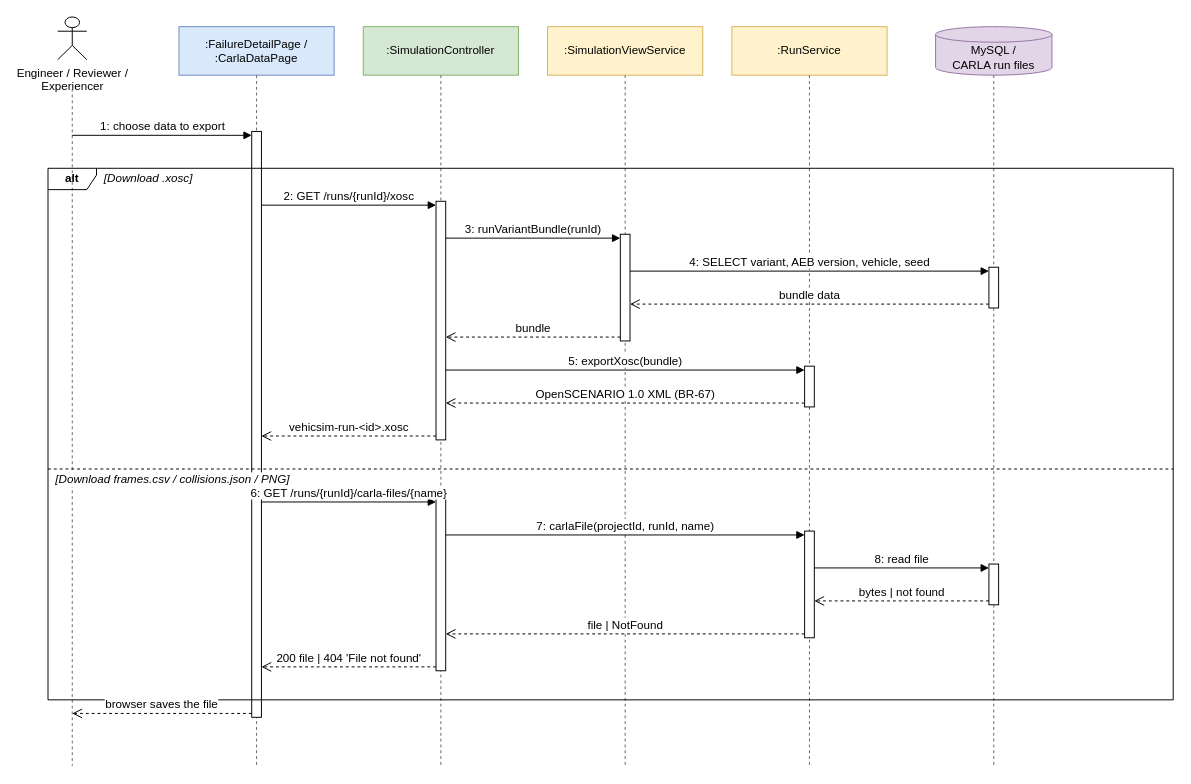
Before: docs/report/diagrams/fe09-11/fe09-export-simulation-data.drawio in Menakanchi/SEP490-FA26-G15, a draw.io diagram. Source tidied: cells renumbered, new cells numbered last; positions are measured from the earlier drawing's top-left corner, leaving out a move shared by most shapes. Both pictures are drawn from the tidied source at 97%, with x=0, y=0 at pixel (48, 16).
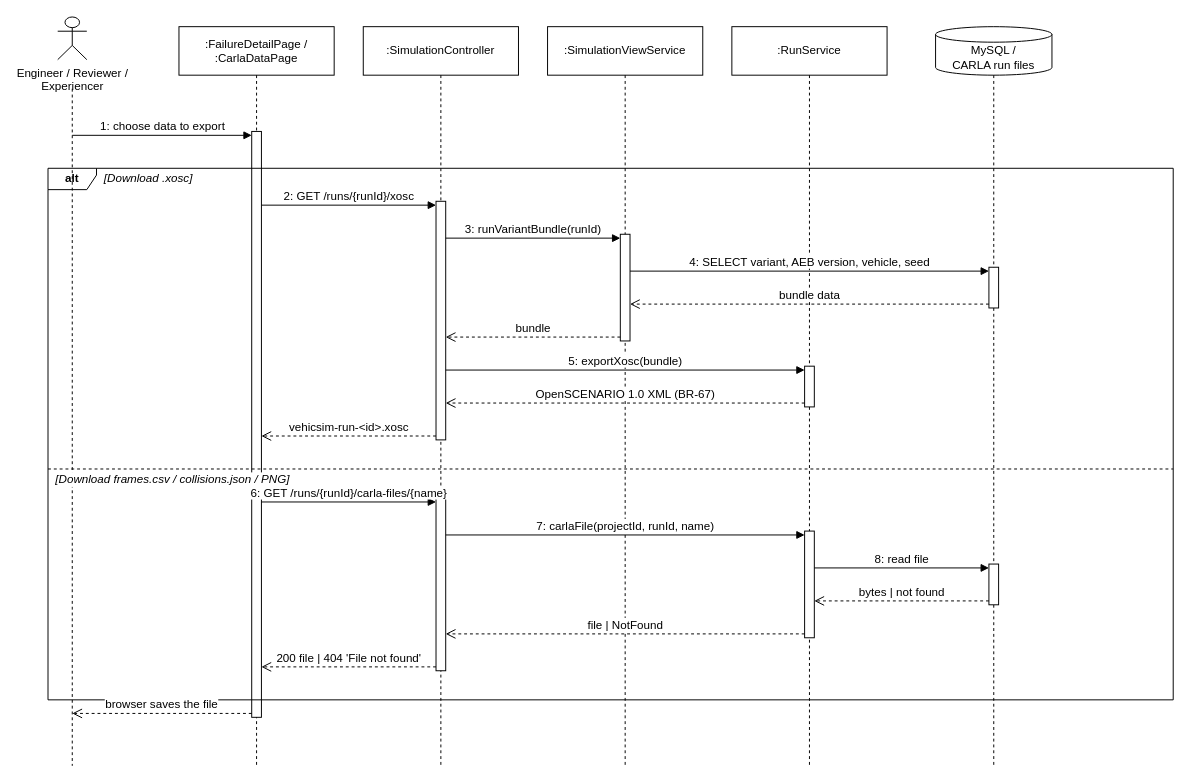
Above is the later version.

Diff of the diagram source:
```diff
@@
-    <mxCell id="3" style="endArrow=none;dashed=1;html=1;strokeColor=#666666;" parent="1" edge="1">
+    <mxCell id="3" style="endArrow=none;dashed=1;html=1;strokeColor=#000000;" parent="1" edge="1">
       <mxGeometry relative="1" as="geometry">
         <mxPoint x="25" y="74" as="sourcePoint" />
         <mxPoint x="25" y="772" as="targetPoint" />
       </mxGeometry>
     </mxCell>
-    <mxCell id="4" value=":FailureDetailPage /&lt;br&gt;:CarlaDataPage" style="fontFamily=Helvetica;fontSize=12;rounded=0;whiteSpace=wrap;html=1;fillColor=#dae8fc;strokeColor=#6c8ebf;fontStyle=0;" parent="1" vertex="1">
+    <mxCell id="4" value=":FailureDetailPage /&lt;br&gt;:CarlaDataPage" style="fontFamily=Helvetica;fontSize=12;rounded=0;whiteSpace=wrap;html=1;fillColor=#ffffff;strokeColor=#000000;fontStyle=0;" parent="1" vertex="1">
       <mxGeometry x="135" y="10" width="160" height="50" as="geometry" />
     </mxCell>
-    <mxCell id="5" style="endArrow=none;dashed=1;html=1;strokeColor=#666666;" parent="1" edge="1">
+    <mxCell id="5" style="endArrow=none;dashed=1;html=1;strokeColor=#000000;" parent="1" edge="1">
       <mxGeometry relative="1" as="geometry">
         <mxPoint x="215" y="60" as="sourcePoint" />
         <mxPoint x="215" y="772" as="targetPoint" />
       </mxGeometry>
     </mxCell>
-    <mxCell id="6" value=":SimulationController" style="fontFamily=Helvetica;fontSize=12;rounded=0;whiteSpace=wrap;html=1;fillColor=#d5e8d4;strokeColor=#82b366;fontStyle=0;" parent="1" vertex="1">
+    <mxCell id="6" value=":SimulationController" style="fontFamily=Helvetica;fontSize=12;rounded=0;whiteSpace=wrap;html=1;fillColor=#ffffff;strokeColor=#000000;fontStyle=0;" parent="1" vertex="1">
       <mxGeometry x="325" y="10" width="160" height="50" as="geometry" />
     </mxCell>
-    <mxCell id="7" style="endArrow=none;dashed=1;html=1;strokeColor=#666666;" parent="1" edge="1">
+    <mxCell id="7" style="endArrow=none;dashed=1;html=1;strokeColor=#000000;" parent="1" edge="1">
       <mxGeometry relative="1" as="geometry">
         <mxPoint x="405" y="60" as="sourcePoint" />
         <mxPoint x="405" y="772" as="targetPoint" />
       </mxGeometry>
     </mxCell>
-    <mxCell id="8" value=":SimulationViewService" style="fontFamily=Helvetica;fontSize=12;rounded=0;whiteSpace=wrap;html=1;fillColor=#fff2cc;strokeColor=#d6b656;fontStyle=0;" parent="1" vertex="1">
+    <mxCell id="8" value=":SimulationViewService" style="fontFamily=Helvetica;fontSize=12;rounded=0;whiteSpace=wrap;html=1;fillColor=#ffffff;strokeColor=#000000;fontStyle=0;" parent="1" vertex="1">
       <mxGeometry x="515" y="10" width="160" height="50" as="geometry" />
     </mxCell>
-    <mxCell id="9" style="endArrow=none;dashed=1;html=1;strokeColor=#666666;" parent="1" edge="1">
+    <mxCell id="9" style="endArrow=none;dashed=1;html=1;strokeColor=#000000;" parent="1" edge="1">
       <mxGeometry relative="1" as="geometry">
         <mxPoint x="595" y="60" as="sourcePoint" />
         <mxPoint x="595" y="772" as="targetPoint" />
       </mxGeometry>
     </mxCell>
-    <mxCell id="10" value=":RunService" style="fontFamily=Helvetica;fontSize=12;rounded=0;whiteSpace=wrap;html=1;fillColor=#fff2cc;strokeColor=#d6b656;fontStyle=0;" parent="1" vertex="1">
+    <mxCell id="10" value=":RunService" style="fontFamily=Helvetica;fontSize=12;rounded=0;whiteSpace=wrap;html=1;fillColor=#ffffff;strokeColor=#000000;fontStyle=0;" parent="1" vertex="1">
       <mxGeometry x="705" y="10" width="160" height="50" as="geometry" />
     </mxCell>
-    <mxCell id="11" style="endArrow=none;dashed=1;html=1;strokeColor=#666666;" parent="1" edge="1">
+    <mxCell id="11" style="endArrow=none;dashed=1;html=1;strokeColor=#000000;" parent="1" edge="1">
       <mxGeometry relative="1" as="geometry">
         <mxPoint x="785" y="60" as="sourcePoint" />
         <mxPoint x="785" y="772" as="targetPoint" />
       </mxGeometry>
     </mxCell>
-    <mxCell id="12" value="MySQL /&lt;br&gt;CARLA run files" style="fontFamily=Helvetica;fontSize=12;shape=cylinder3;whiteSpace=wrap;html=1;boundedLbl=1;backgroundOutline=1;size=8;fillColor=#e1d5e7;strokeColor=#9673a6;" parent="1" vertex="1">
+    <mxCell id="12" value="MySQL /&lt;br&gt;CARLA run files" style="fontFamily=Helvetica;fontSize=12;shape=cylinder3;whiteSpace=wrap;html=1;boundedLbl=1;backgroundOutline=1;size=8;fillColor=#ffffff;strokeColor=#000000;" parent="1" vertex="1">
       <mxGeometry x="915" y="10" width="120" height="50" as="geometry" />
     </mxCell>
-    <mxCell id="13" style="endArrow=none;dashed=1;html=1;strokeColor=#666666;" parent="1" edge="1">
+    <mxCell id="13" style="endArrow=none;dashed=1;html=1;strokeColor=#000000;" parent="1" edge="1">
       <mxGeometry relative="1" as="geometry">
         <mxPoint x="975" y="60" as="sourcePoint" />
         <mxPoint x="975" y="772" as="targetPoint" />
       </mxGeometry>
     </mxCell>
```
